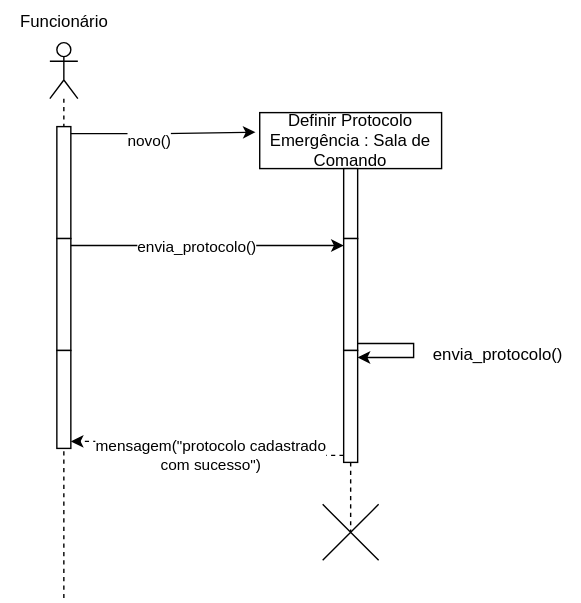
Earlier version of the draw.io export Diagrama-Sequencia/diagrama_2.svg (wholocked1/Projeto-2-modelagem). Source tidied: cells renumbered, new cells last; positions are measured from the earlier drawing's top-left corner, leaving out a move shared by most shapes.
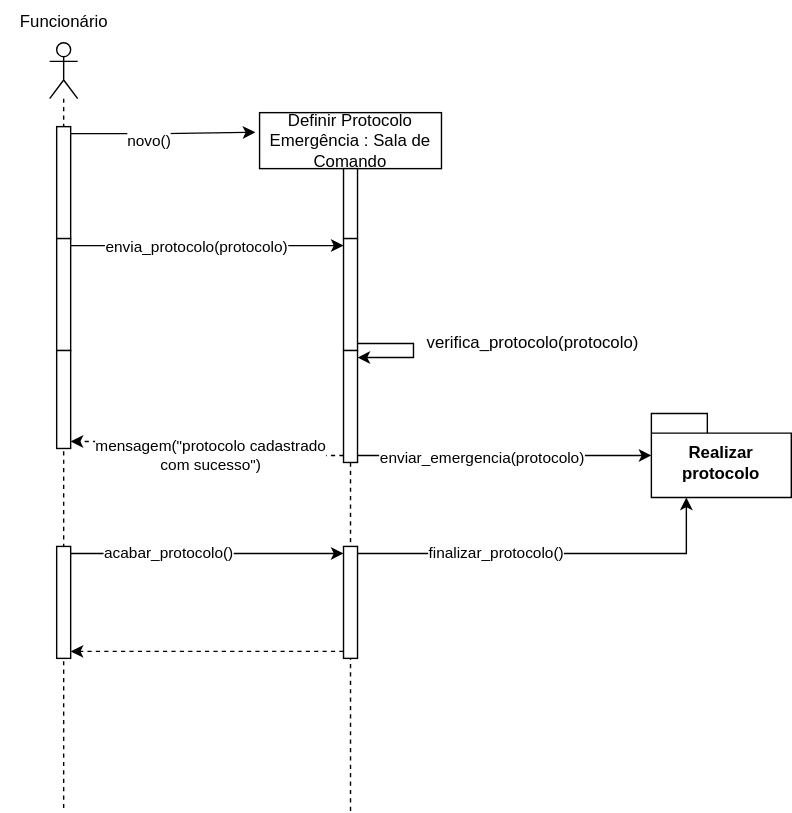
After the change.

The edit, as a diff of the source:
```diff
@@ -3,7 +3,7 @@
     <mxCell id="0" />
     <mxCell id="1" parent="0" />
     <mxCell id="2" style="shape=umlLifeline;perimeter=lifelinePerimeter;whiteSpace=wrap;html=1;newEdgeStyle={&quot;curved&quot;:0,&quot;rounded&quot;:0};participant=umlActor;" parent="1" vertex="1">
-      <mxGeometry x="35" y="30" width="20" height="400" as="geometry" />
+      <mxGeometry x="35" y="30" width="20" height="550" as="geometry" />
     </mxCell>
     <mxCell id="3" style="html=1;points=[[0,0,0,0,5],[0,1,0,0,-5],[1,0,0,0,5],[1,1,0,0,-5]];perimeter=orthogonalPerimeter;outlineConnect=0;targetShapes=umlLifeline;portConstraint=eastwest;newEdgeStyle={&quot;curved&quot;:0,&quot;rounded&quot;:0};" parent="2" vertex="1">
       <mxGeometry x="5" y="60" width="10" height="80" as="geometry" />
@@ -14,11 +14,14 @@
     <mxCell id="5" style="html=1;points=[[0,0,0,0,5],[0,1,0,0,-5],[1,0,0,0,5],[1,1,0,0,-5]];perimeter=orthogonalPerimeter;outlineConnect=0;targetShapes=umlLifeline;portConstraint=eastwest;newEdgeStyle={&quot;curved&quot;:0,&quot;rounded&quot;:0};" parent="2" vertex="1">
       <mxGeometry x="5" y="220" width="10" height="70" as="geometry" />
     </mxCell>
+    <mxCell id="20" style="html=1;points=[[0,0,0,0,5],[0,1,0,0,-5],[1,0,0,0,5],[1,1,0,0,-5]];perimeter=orthogonalPerimeter;outlineConnect=0;targetShapes=umlLifeline;portConstraint=eastwest;newEdgeStyle={&quot;curved&quot;:0,&quot;rounded&quot;:0};" parent="2" vertex="1">
+      <mxGeometry x="5" y="360" width="10" height="80" as="geometry" />
+    </mxCell>
     <mxCell id="6" value="Funcionário" style="text;html=1;align=center;verticalAlign=middle;strokeColor=none;fillColor=none;" parent="1" vertex="1">
       <mxGeometry width="90" height="30" as="geometry" />
     </mxCell>
     <mxCell id="7" value="Definir Protocolo Emergência : Sala de Comando" style="shape=umlLifeline;perimeter=lifelinePerimeter;whiteSpace=wrap;html=1;newEdgeStyle={&quot;curved&quot;:0,&quot;rounded&quot;:0};" parent="1" vertex="1">
-      <mxGeometry x="185" y="80" width="130" height="300" as="geometry" />
+      <mxGeometry x="185" y="80" width="130" height="500" as="geometry" />
     </mxCell>
     <mxCell id="8" style="html=1;perimeter=orthogonalPerimeter;targetShapes=umlLifeline;newEdgeStyle={&quot;curved&quot;:0,&quot;rounded&quot;:0};" parent="7" vertex="1">
       <mxGeometry x="60" y="40" width="10" height="50" as="geometry" />
@@ -37,14 +40,17 @@
         </Array>
       </mxGeometry>
     </mxCell>
+    <mxCell id="21" style="html=1;points=[[0,0,0,0,5],[0,1,0,0,-5],[1,0,0,0,5],[1,1,0,0,-5]];perimeter=orthogonalPerimeter;outlineConnect=0;targetShapes=umlLifeline;portConstraint=eastwest;newEdgeStyle={&quot;curved&quot;:0,&quot;rounded&quot;:0};" parent="7" vertex="1">
+      <mxGeometry x="60" y="310" width="10" height="80" as="geometry" />
+    </mxCell>
     <mxCell id="12" style="edgeStyle=orthogonalEdgeStyle;rounded=0;jettySize=auto;html=1;curved=0;exitX=1;exitY=0;exitDx=0;exitDy=5;exitPerimeter=0;entryX=0;entryY=0;entryDx=0;entryDy=5;entryPerimeter=0;" parent="1" edge="1" source="4" target="9">
       <mxGeometry relative="1" as="geometry" />
     </mxCell>
-    <mxCell id="13" value="envia_protocolo()" style="edgeLabel;html=1;align=center;verticalAlign=middle;" parent="12" vertex="1">
+    <mxCell id="13" value="envia_protocolo(protocolo)" style="edgeLabel;html=1;align=center;verticalAlign=middle;" parent="12" vertex="1">
       <mxGeometry x="-0.09" relative="1" as="geometry" />
     </mxCell>
-    <mxCell id="14" value="envia_protocolo()" style="text;html=1;align=center;verticalAlign=middle;strokeColor=none;fillColor=none;" parent="1" vertex="1">
-      <mxGeometry x="295" y="238" width="120" height="30" as="geometry" />
+    <mxCell id="14" value="verifica_protocolo(protocolo)" style="text;html=1;align=center;verticalAlign=middle;strokeColor=none;fillColor=none;" parent="1" vertex="1">
+      <mxGeometry x="295" y="230" width="170" height="30" as="geometry" />
     </mxCell>
     <mxCell id="15" style="edgeStyle=orthogonalEdgeStyle;rounded=0;jettySize=auto;html=1;curved=0;exitX=0;exitY=1;exitDx=0;exitDy=-5;exitPerimeter=0;entryX=1;entryY=1;entryDx=0;entryDy=-5;entryPerimeter=0;dashed=1;" parent="1" edge="1" source="10" target="5">
       <mxGeometry relative="1" as="geometry" />
@@ -62,8 +68,29 @@
     <mxCell id="18" value="novo()" style="edgeLabel;html=1;align=center;verticalAlign=middle;" parent="17" vertex="1">
       <mxGeometry x="-0.17" y="-4" relative="1" as="geometry" />
     </mxCell>
-    <mxCell id="19" style="shape=mxgraph.sysml.x;" parent="1" vertex="1">
-      <mxGeometry x="230" y="360" width="40" height="40" as="geometry" />
-    </mxCell>
+    <mxCell id="22" value="Realizar protocolo" style="shape=folder;fontStyle=1;spacingTop=10;tabWidth=40;tabHeight=14;tabPosition=left;html=1;whiteSpace=wrap;" parent="1" vertex="1">
+      <mxGeometry x="465" y="295" width="100" height="60" as="geometry" />
+    </mxCell>
+    <mxCell id="23" style="edgeStyle=orthogonalEdgeStyle;rounded=0;jettySize=auto;html=1;curved=0;exitX=1;exitY=1;exitDx=0;exitDy=-5;exitPerimeter=0;" parent="1" edge="1" source="10" target="22">
+      <mxGeometry relative="1" as="geometry" />
+    </mxCell>
+    <mxCell id="24" value="enviar_emergencia(protocolo)" style="edgeLabel;html=1;align=center;verticalAlign=middle;" parent="23" vertex="1">
+      <mxGeometry x="-0.16" y="-1" relative="1" as="geometry" />
+    </mxCell>
+    <mxCell id="25" style="edgeStyle=orthogonalEdgeStyle;rounded=0;jettySize=auto;html=1;curved=0;exitX=1;exitY=0;exitDx=0;exitDy=5;exitPerimeter=0;entryX=0;entryY=0;entryDx=0;entryDy=5;entryPerimeter=0;" parent="1" edge="1" source="20" target="21">
+      <mxGeometry relative="1" as="geometry" />
+    </mxCell>
+    <mxCell id="26" value="acabar_protocolo()" style="edgeLabel;html=1;align=center;verticalAlign=middle;" parent="25" vertex="1">
+      <mxGeometry x="-0.29" y="1" relative="1" as="geometry" />
+    </mxCell>
+    <mxCell id="27" style="edgeStyle=orthogonalEdgeStyle;rounded=0;jettySize=auto;html=1;curved=0;exitX=1;exitY=0;exitDx=0;exitDy=5;exitPerimeter=0;entryX=0.25;entryY=1;entryDx=0;entryDy=0;entryPerimeter=0;" parent="1" edge="1" source="21" target="22">
+      <mxGeometry relative="1" as="geometry" />
+    </mxCell>
+    <mxCell id="28" value="finalizar_protocolo()" style="edgeLabel;html=1;align=center;verticalAlign=middle;" parent="27" vertex="1">
+      <mxGeometry x="-0.29" y="1" relative="1" as="geometry" />
+    </mxCell>
+    <mxCell id="29" style="edgeStyle=orthogonalEdgeStyle;rounded=0;jettySize=auto;html=1;curved=0;exitX=0;exitY=1;exitDx=0;exitDy=-5;exitPerimeter=0;entryX=1;entryY=1;entryDx=0;entryDy=-5;entryPerimeter=0;dashed=1;" parent="1" edge="1" source="21" target="20">
+      <mxGeometry relative="1" as="geometry" />
+    </mxCell>
   </root>
 </mxGraphModel>
```
